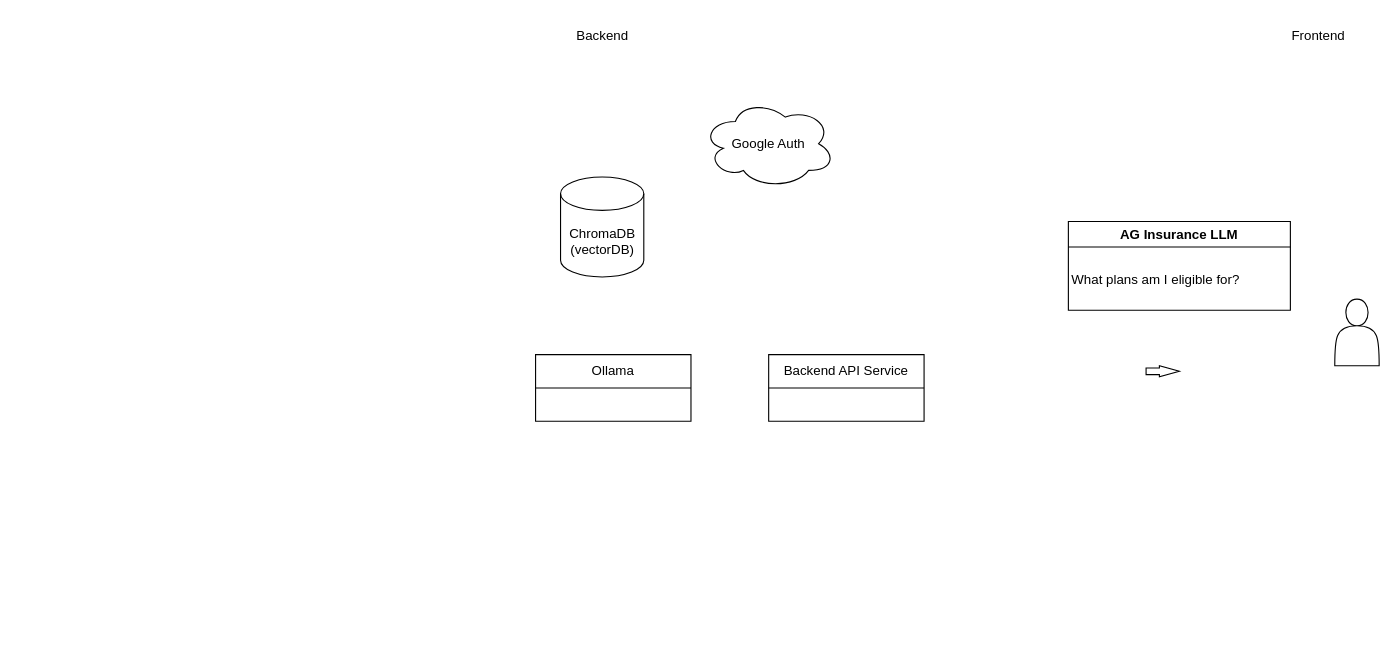
Before: systemdesign.drawio in sakethrajesh/AgInsuranceLLM, a draw.io diagram. Source tidied: cells renumbered, new cells numbered last; positions are measured from the earlier drawing's top-left corner, leaving out a move shared by most shapes. Both pictures are drawn from the tidied source at 111%, with x=0, y=0 at pixel (535, 19).
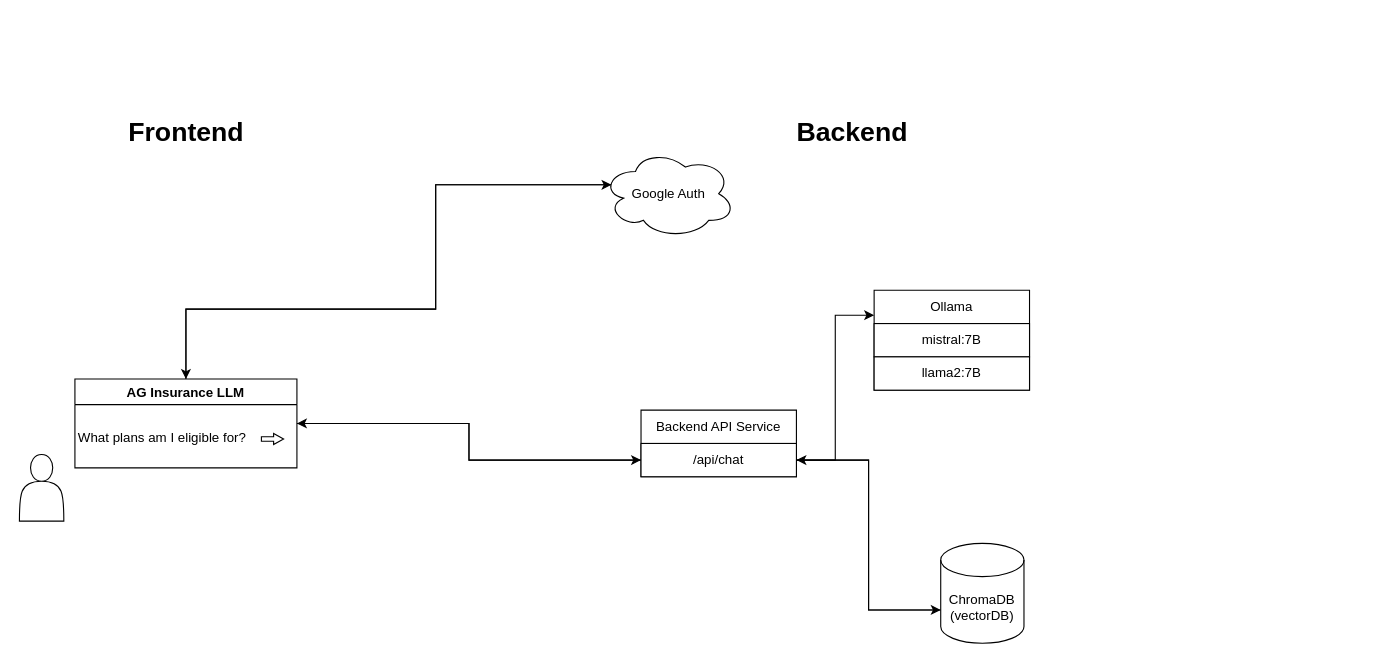
After the change.

The edit, as a diff of the source:
```diff
@@
-    <mxCell id="2" value="Backend" style="text;html=1;align=center;verticalAlign=middle;strokeColor=none;fillColor=none;" parent="1" vertex="1">
-      <mxGeometry x="25" width="70" height="30" as="geometry" />
+    <mxCell id="2" value="&lt;h1&gt;Backend&lt;/h1&gt;" style="text;html=1;align=center;verticalAlign=middle;strokeColor=none;fillColor=none;" parent="1" vertex="1">
+      <mxGeometry x="225" y="67" width="120" height="70" as="geometry" />
     </mxCell>
-    <mxCell id="3" value="Frontend" style="text;html=1;align=center;verticalAlign=middle;strokeColor=none;fillColor=none;" parent="1" vertex="1">
-      <mxGeometry x="670" width="70" height="30" as="geometry" />
+    <mxCell id="3" value="&lt;h1&gt;Frontend&lt;/h1&gt;" style="text;html=1;align=center;verticalAlign=middle;strokeColor=none;fillColor=none;" parent="1" vertex="1">
+      <mxGeometry x="-380" y="67" width="130" height="70" as="geometry" />
     </mxCell>
+    <mxCell id="12" style="edgeStyle=orthogonalEdgeStyle;rounded=0;jettySize=auto;html=1;exitX=0;exitY=0;exitDx=0;exitDy=60;exitPerimeter=0;entryX=1;entryY=0.5;entryDx=0;entryDy=0;" parent="1" edge="1" source="4" target="14">
+      <mxGeometry relative="1" as="geometry" />
+    </mxCell>
     <mxCell id="4" value="ChromaDB&lt;br&gt;(vectorDB)" style="shape=cylinder3;whiteSpace=wrap;html=1;boundedLbl=1;backgroundOutline=1;size=15;" parent="1" vertex="1">
-      <mxGeometry x="22.5" y="142" width="75" height="90" as="geometry" />
+      <mxGeometry x="365" y="472" width="75" height="90" as="geometry" />
     </mxCell>
+    <mxCell id="13" style="edgeStyle=orthogonalEdgeStyle;rounded=0;jettySize=auto;html=1;exitX=1;exitY=0.75;exitDx=0;exitDy=0;entryX=0;entryY=0.25;entryDx=0;entryDy=0;" parent="1" edge="1" source="5" target="7">
+      <mxGeometry relative="1" as="geometry" />
+    </mxCell>
     <mxCell id="5" value="Backend API Service" style="swimlane;fontStyle=0;horizontal=1;startSize=30;whiteSpace=wrap;html=1;" parent="1" vertex="1">
-      <mxGeometry x="210" y="302" width="140" height="60" as="geometry" />
+      <mxGeometry x="95" y="352" width="140" height="60" as="geometry" />
     </mxCell>
+    <mxCell id="14" value="/api/chat" style="rounded=0;whiteSpace=wrap;html=1;" parent="5" vertex="1">
+      <mxGeometry y="30" width="140" height="30" as="geometry" />
+    </mxCell>
     <mxCell id="6" value="Google Auth" style="ellipse;shape=cloud;whiteSpace=wrap;html=1;" parent="1" vertex="1">
-      <mxGeometry x="150" y="72" width="120" height="80" as="geometry" />
+      <mxGeometry x="60" y="117" width="120" height="80" as="geometry" />
     </mxCell>
     <mxCell id="7" value="Ollama" style="swimlane;fontStyle=0;horizontal=1;startSize=30;whiteSpace=wrap;html=1;" parent="1" vertex="1">
-      <mxGeometry y="302" width="140" height="60" as="geometry" />
+      <mxGeometry x="305" y="244" width="140" height="90" as="geometry" />
     </mxCell>
+    <mxCell id="15" value="mistral:7B" style="whiteSpace=wrap;html=1;" parent="7" vertex="1">
+      <mxGeometry y="30" width="140" height="30" as="geometry" />
+    </mxCell>
+    <mxCell id="16" value="llama2:7B" style="whiteSpace=wrap;html=1;" parent="7" vertex="1">
+      <mxGeometry y="60" width="140" height="30" as="geometry" />
+    </mxCell>
     <mxCell id="8" style="shape=actor;whiteSpace=wrap;html=1;" parent="1" vertex="1">
-      <mxGeometry x="720" y="252" width="40" height="60" as="geometry" />
+      <mxGeometry x="-465" y="392" width="40" height="60" as="geometry" />
     </mxCell>
+    <mxCell id="17" style="edgeStyle=orthogonalEdgeStyle;rounded=0;jettySize=auto;html=1;exitX=1;exitY=0.5;exitDx=0;exitDy=0;entryX=0;entryY=0.75;entryDx=0;entryDy=0;" parent="1" edge="1" source="9" target="5">
+      <mxGeometry relative="1" as="geometry" />
+    </mxCell>
     <mxCell id="9" value="AG Insurance LLM" style="swimlane;" parent="1" vertex="1">
-      <mxGeometry x="480" y="182" width="200" height="80" as="geometry" />
+      <mxGeometry x="-415" y="324" width="200" height="80" as="geometry" />
     </mxCell>
@@
-    <mxCell id="11" style="html=1;shadow=0;dashed=0;align=center;verticalAlign=middle;shape=mxgraph.arrows2.arrow;dy=0.4;dx=18;notch=0;" parent="1" vertex="1">
-      <mxGeometry x="550" y="312" width="30" height="10" as="geometry" />
+    <mxCell id="11" style="html=1;shadow=0;dashed=0;align=center;verticalAlign=middle;shape=mxgraph.arrows2.arrow;dy=0.6;dx=9;notch=0;" parent="1" vertex="1">
+      <mxGeometry x="-247" y="373" width="20" height="10" as="geometry" />
     </mxCell>
+    <mxCell id="18" style="edgeStyle=orthogonalEdgeStyle;rounded=0;jettySize=auto;html=1;exitX=0.5;exitY=0;exitDx=0;exitDy=0;entryX=0.5;entryY=0;entryDx=0;entryDy=0;" parent="1" edge="1" target="9">
+      <mxGeometry relative="1" as="geometry">
+        <mxPoint x="68" y="149" as="sourcePoint" />
+        <Array as="points">
+          <mxPoint x="-90" y="149" />
+          <mxPoint x="-90" y="261" />
+          <mxPoint x="-315" y="261" />
+        </Array>
+      </mxGeometry>
+    </mxCell>
+    <mxCell id="19" style="edgeStyle=orthogonalEdgeStyle;rounded=0;jettySize=auto;html=1;exitX=1;exitY=0.5;exitDx=0;exitDy=0;entryX=0;entryY=0;entryDx=0;entryDy=60;entryPerimeter=0;" parent="1" edge="1" source="14" target="4">
+      <mxGeometry relative="1" as="geometry" />
+    </mxCell>
+    <mxCell id="20" style="edgeStyle=orthogonalEdgeStyle;rounded=0;jettySize=auto;html=1;exitX=0.5;exitY=0;exitDx=0;exitDy=0;entryX=0.07;entryY=0.4;entryDx=0;entryDy=0;entryPerimeter=0;" parent="1" edge="1" source="9" target="6">
+      <mxGeometry relative="1" as="geometry">
+        <Array as="points">
+          <mxPoint x="-315" y="261" />
+          <mxPoint x="-90" y="261" />
+          <mxPoint x="-90" y="149" />
+        </Array>
+      </mxGeometry>
+    </mxCell>
+    <mxCell id="21" style="edgeStyle=orthogonalEdgeStyle;rounded=0;jettySize=auto;html=1;exitX=0;exitY=0.5;exitDx=0;exitDy=0;entryX=1;entryY=0.5;entryDx=0;entryDy=0;" parent="1" edge="1" source="14" target="9">
+      <mxGeometry relative="1" as="geometry" />
+    </mxCell>
```
